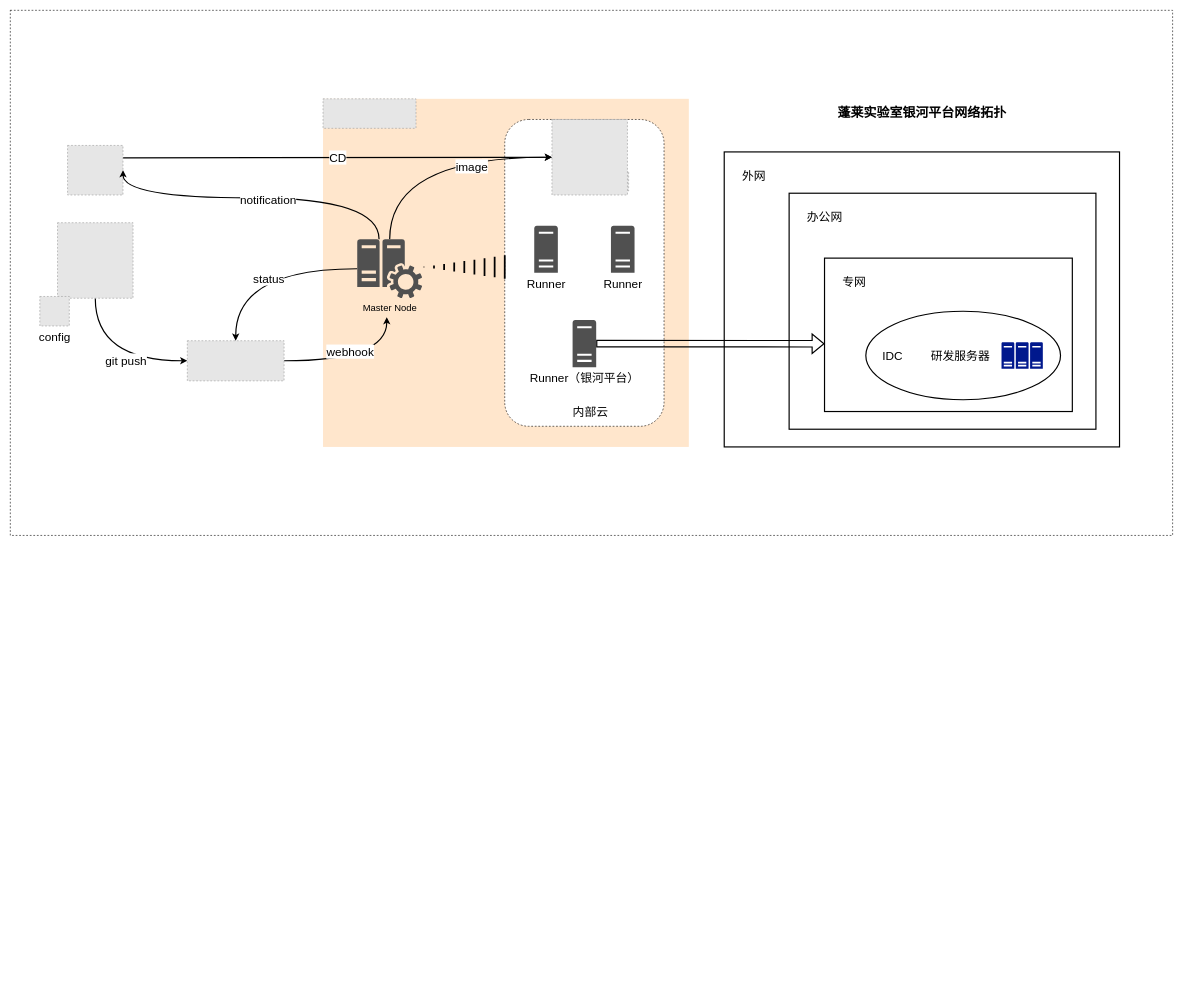
The draw.io diagram page "Page-2" (2 of 3) of draft/eda-devops/devops.drawio in mattshhuang/draw-io, before the edit. Source tidied: cells renumbered, new cells numbered last; positions are measured from the earlier drawing's top-left corner, leaving out a move shared by most shapes. Both pictures are drawn from the tidied source at 59%, with x=0, y=0 at pixel (10, 10). Pictures stored in the file or linked from it are replaced by grey dashed boxes.
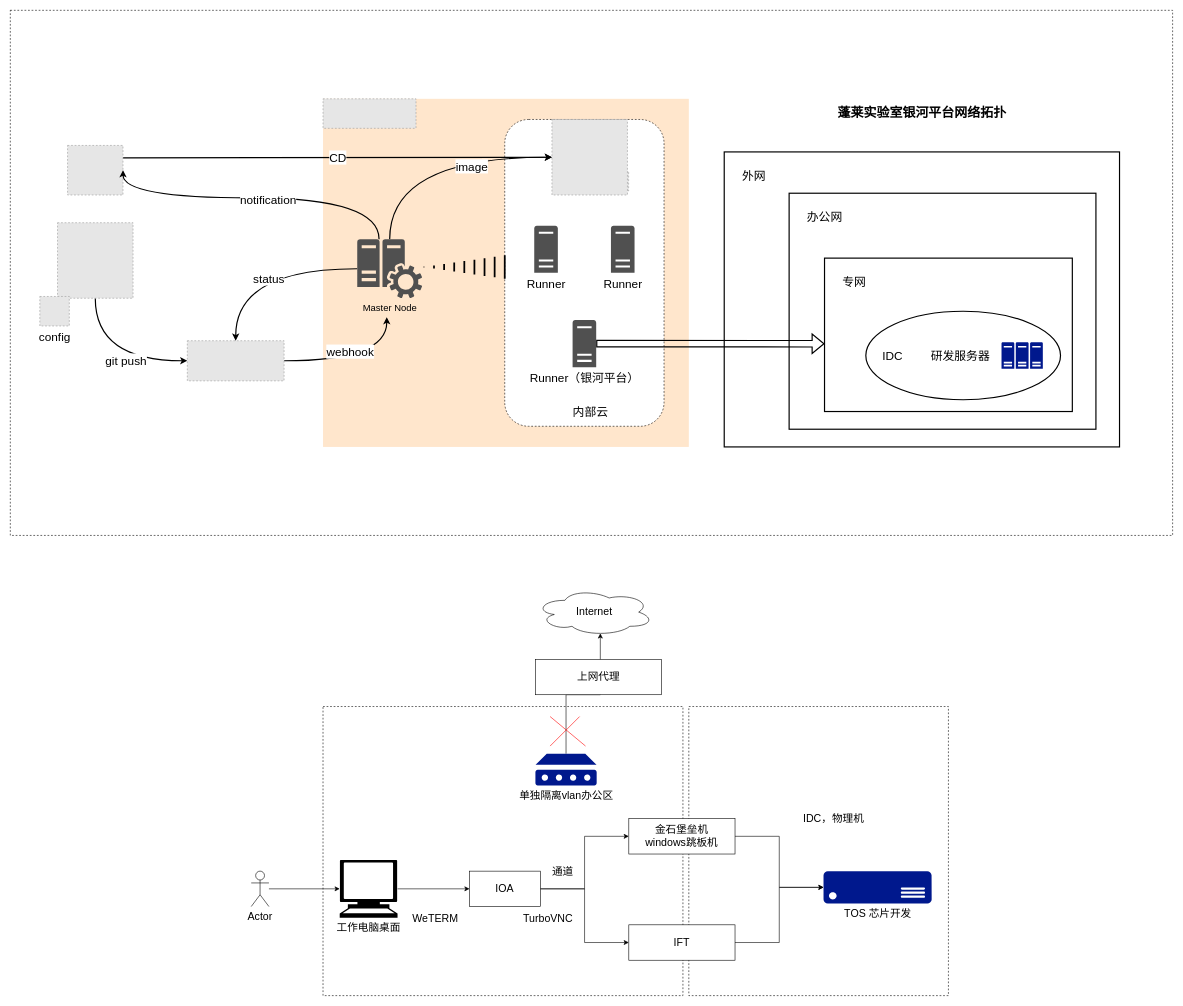
After the change.

Diff of the diagram source:
```diff
@@
+    <mxCell id="43" style="rounded=0;whiteSpace=wrap;html=1;fontSize=18;dashed=1;" parent="1" vertex="1">
+      <mxGeometry x="1150" y="1180" width="440" height="490" as="geometry" />
+    </mxCell>
+    <mxCell id="44" style="rounded=0;whiteSpace=wrap;html=1;fontSize=18;dashed=1;" parent="1" vertex="1">
+      <mxGeometry x="530" y="1180" width="610" height="490" as="geometry" />
+    </mxCell>
@@
+    <mxCell id="45" style="edgeStyle=orthogonalEdgeStyle;rounded=0;jettySize=auto;html=1;fontSize=18;" parent="1" edge="1" source="46" target="48">
+      <mxGeometry relative="1" as="geometry" />
+    </mxCell>
+    <mxCell id="46" value="&lt;font style=&quot;font-size: 18px;&quot;&gt;Actor&lt;/font&gt;" style="shape=umlActor;verticalLabelPosition=bottom;verticalAlign=top;html=1;" parent="1" vertex="1">
+      <mxGeometry x="408.3" y="1459" width="30" height="60" as="geometry" />
+    </mxCell>
+    <mxCell id="47" style="edgeStyle=orthogonalEdgeStyle;rounded=0;jettySize=auto;html=1;fontSize=18;" parent="1" edge="1" source="48" target="51">
+      <mxGeometry relative="1" as="geometry" />
+    </mxCell>
+    <mxCell id="48" value="&lt;font style=&quot;font-size: 18px;&quot;&gt;工作电脑桌面&lt;/font&gt;" style="shape=mxgraph.signs.tech.computer;html=1;fillColor=#000000;strokeColor=none;verticalLabelPosition=bottom;verticalAlign=top;align=center;" parent="1" vertex="1">
+      <mxGeometry x="558.3" y="1440" width="98" height="98" as="geometry" />
+    </mxCell>
+    <mxCell id="49" style="edgeStyle=orthogonalEdgeStyle;rounded=0;jettySize=auto;html=1;entryX=0;entryY=0.5;entryDx=0;entryDy=0;fontSize=18;" parent="1" edge="1" source="51" target="53">
+      <mxGeometry relative="1" as="geometry" />
+    </mxCell>
+    <mxCell id="50" style="edgeStyle=orthogonalEdgeStyle;rounded=0;jettySize=auto;html=1;entryX=0;entryY=0.5;entryDx=0;entryDy=0;fontSize=18;" parent="1" edge="1" source="51" target="55">
+      <mxGeometry relative="1" as="geometry" />
+    </mxCell>
+    <mxCell id="51" value="&lt;font style=&quot;font-size: 18px;&quot;&gt;IOA&lt;/font&gt;" style="rounded=0;whiteSpace=wrap;html=1;" parent="1" vertex="1">
+      <mxGeometry x="778.3" y="1459" width="120" height="60" as="geometry" />
+    </mxCell>
+    <mxCell id="52" style="edgeStyle=orthogonalEdgeStyle;rounded=0;jettySize=auto;html=1;entryX=0;entryY=0.5;entryDx=0;entryDy=0;entryPerimeter=0;fontSize=18;" parent="1" edge="1" source="53" target="56">
+      <mxGeometry relative="1" as="geometry" />
+    </mxCell>
+    <mxCell id="53" value="&lt;font style=&quot;font-size: 18px;&quot;&gt;金石堡垒机&lt;br&gt;windows跳板机&lt;/font&gt;" style="rounded=0;whiteSpace=wrap;html=1;" parent="1" vertex="1">
+      <mxGeometry x="1048.3" y="1370" width="180" height="60" as="geometry" />
+    </mxCell>
+    <mxCell id="54" style="edgeStyle=orthogonalEdgeStyle;rounded=0;jettySize=auto;html=1;entryX=0;entryY=0.5;entryDx=0;entryDy=0;entryPerimeter=0;fontSize=18;" parent="1" edge="1" source="55" target="56">
+      <mxGeometry relative="1" as="geometry" />
+    </mxCell>
+    <mxCell id="55" value="&lt;font style=&quot;font-size: 18px;&quot;&gt;IFT&lt;/font&gt;" style="rounded=0;whiteSpace=wrap;html=1;" parent="1" vertex="1">
+      <mxGeometry x="1048.3" y="1550" width="180" height="60" as="geometry" />
+    </mxCell>
+    <mxCell id="56" value="&lt;font style=&quot;font-size: 18px;&quot;&gt;TOS 芯片开发&lt;/font&gt;" style="sketch=0;shadow=0;dashed=0;html=1;strokeColor=none;labelPosition=center;verticalLabelPosition=bottom;verticalAlign=top;align=center;fillColor=#00188D;shape=mxgraph.azure.server;" parent="1" vertex="1">
+      <mxGeometry x="1378.3" y="1459" width="183.3" height="55" as="geometry" />
+    </mxCell>
+    <mxCell id="57" value="通道" style="text;html=1;align=center;verticalAlign=middle;strokeColor=none;fillColor=none;fontSize=18;" parent="1" vertex="1">
+      <mxGeometry x="906.3" y="1440" width="60" height="40" as="geometry" />
+    </mxCell>
+    <mxCell id="58" value="IDC，物理机" style="text;html=1;align=center;verticalAlign=middle;strokeColor=none;fillColor=none;fontSize=18;" parent="1" vertex="1">
+      <mxGeometry x="1330" y="1350" width="130" height="40" as="geometry" />
+    </mxCell>
+    <mxCell id="59" style="edgeStyle=orthogonalEdgeStyle;rounded=0;jettySize=auto;html=1;entryX=0.55;entryY=0.95;entryDx=0;entryDy=0;entryPerimeter=0;fontSize=18;" parent="1" edge="1" source="60" target="62">
+      <mxGeometry relative="1" as="geometry" />
+    </mxCell>
+    <mxCell id="60" value="单独隔离vlan办公区" style="sketch=0;shadow=0;dashed=0;html=1;strokeColor=none;labelPosition=center;verticalLabelPosition=bottom;verticalAlign=top;align=center;fillColor=#00188D;shape=mxgraph.mscae.enterprise.device;fontSize=18;" parent="1" vertex="1">
+      <mxGeometry x="890" y="1260" width="103.8" height="54" as="geometry" />
+    </mxCell>
+    <mxCell id="61" value="上网代理" style="rounded=0;whiteSpace=wrap;html=1;fontSize=18;" parent="1" vertex="1">
+      <mxGeometry x="890" y="1100" width="214" height="60" as="geometry" />
+    </mxCell>
+    <mxCell id="62" value="Internet" style="ellipse;shape=cloud;whiteSpace=wrap;html=1;fontSize=18;" parent="1" vertex="1">
+      <mxGeometry x="890" y="980" width="200" height="80" as="geometry" />
+    </mxCell>
+    <mxCell id="63" style="group;" parent="1" vertex="1">
+      <mxGeometry x="914.9" y="1197" width="60" height="50" as="geometry" />
+    </mxCell>
+    <mxCell id="64" style="endArrow=none;html=1;rounded=0;fontSize=18;strokeColor=#FF0000;" parent="63" edge="1">
+      <mxGeometry relative="1" as="geometry">
+        <mxPoint y="50" as="sourcePoint" />
+        <mxPoint x="50" as="targetPoint" />
+      </mxGeometry>
+    </mxCell>
+    <mxCell id="65" style="endArrow=none;html=1;rounded=0;fontSize=18;strokeColor=#FF0000;" parent="63" edge="1">
+      <mxGeometry relative="1" as="geometry">
+        <mxPoint x="60" y="50" as="sourcePoint" />
+        <mxPoint as="targetPoint" />
+      </mxGeometry>
+    </mxCell>
+    <mxCell id="66" value="WeTERM" style="text;html=1;align=center;verticalAlign=middle;strokeColor=none;fillColor=none;fontSize=18;" parent="1" vertex="1">
+      <mxGeometry x="670" y="1519" width="100" height="40" as="geometry" />
+    </mxCell>
+    <mxCell id="67" value="TurboVNC" style="text;html=1;align=center;verticalAlign=middle;strokeColor=none;fillColor=none;fontSize=18;" parent="1" vertex="1">
+      <mxGeometry x="856.3" y="1519" width="110" height="40" as="geometry" />
+    </mxCell>
```
